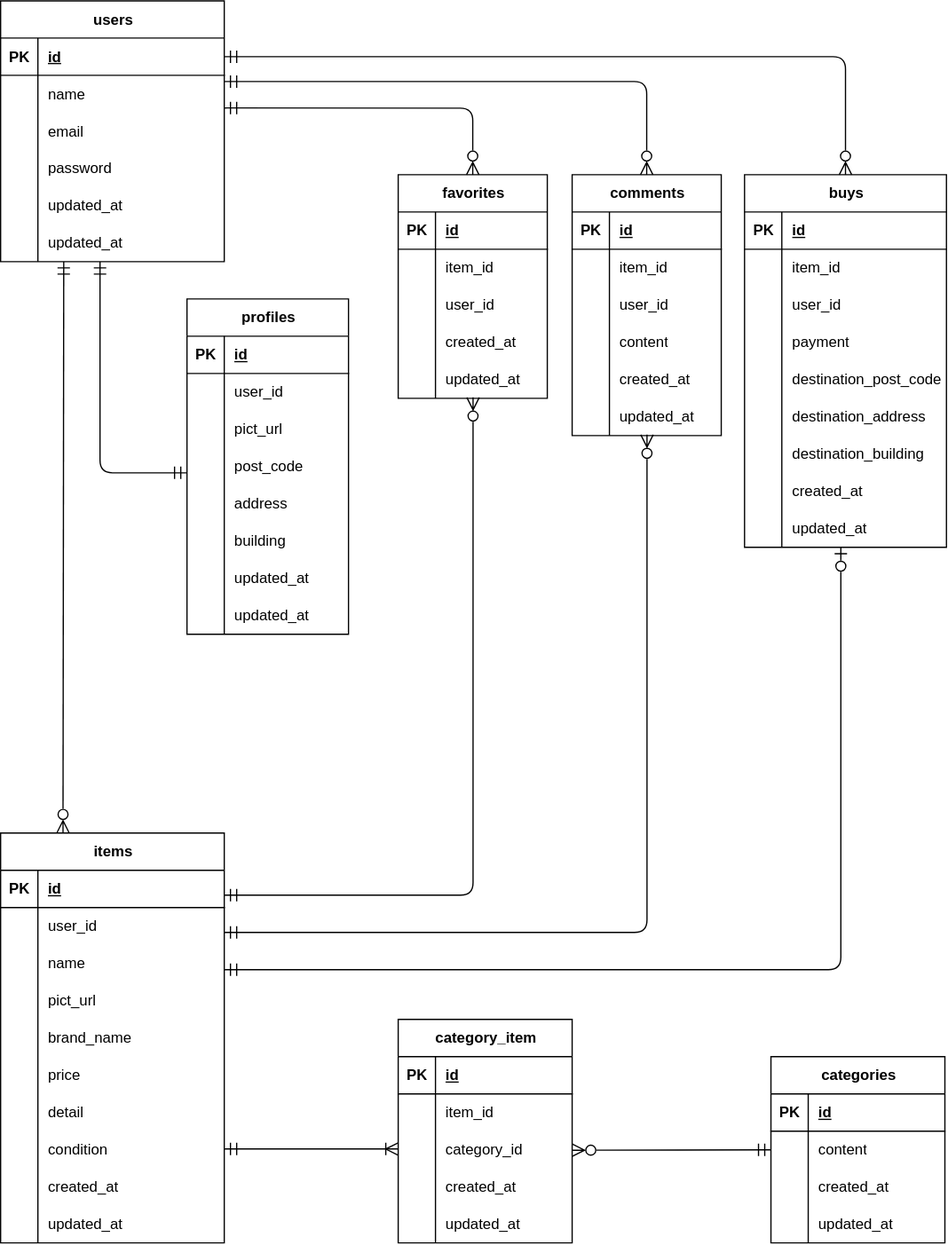
Above: src/document/furima.drawio.svg in chatainazara/furima (draw.io), before the change. Source tidied: cells renumbered, new cells last; positions are measured from the earlier drawing's top-left corner, leaving out a move shared by most shapes.
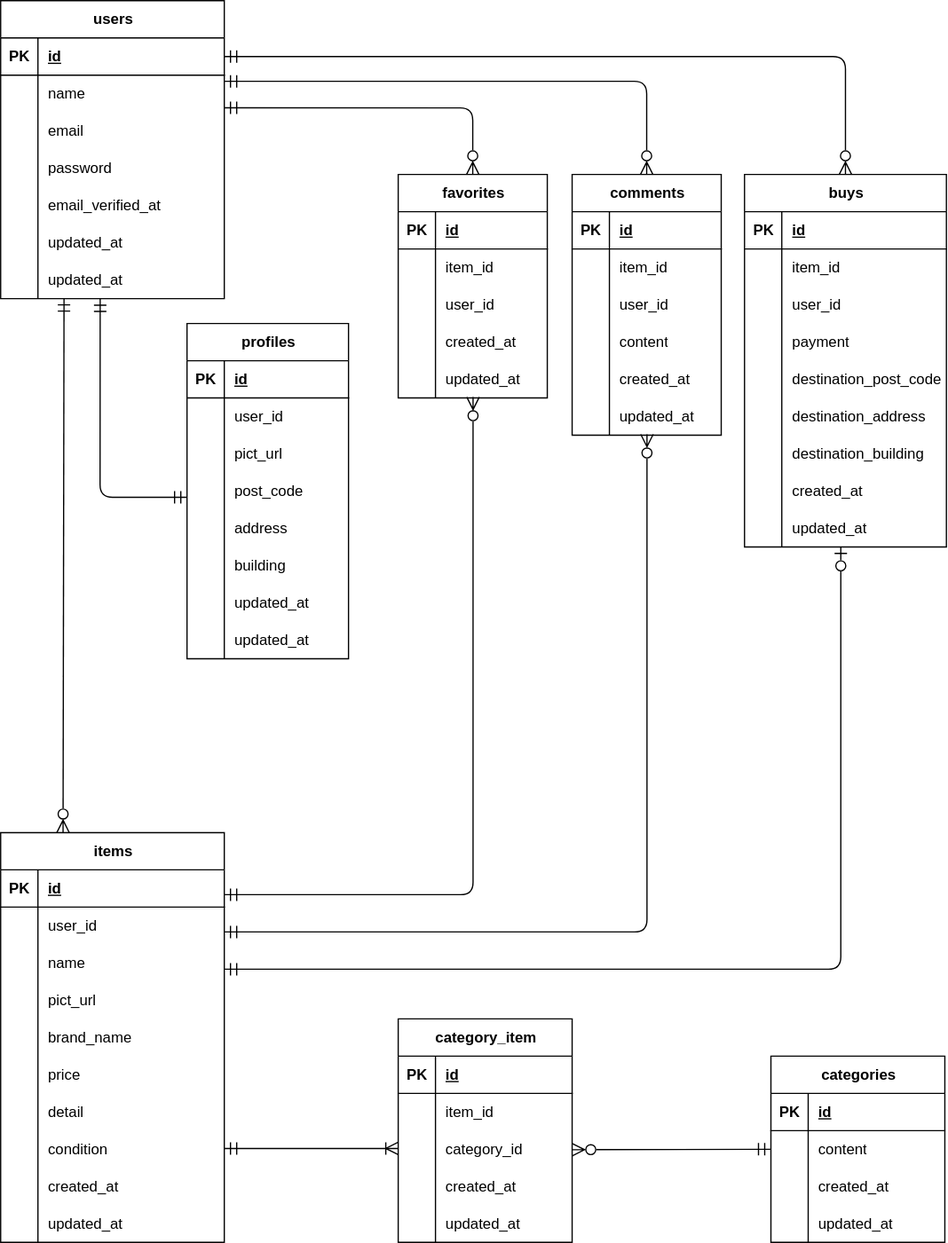
Above is the later version.

Diff of the diagram source:
```diff
@@ -135,7 +135,7 @@
       <mxGeometry x="30" width="110" height="30" as="geometry" />
     </mxCell>
     <mxCell id="46" value="users" style="shape=table;startSize=30;rowLines=0;fontStyle=1;align=center;html=1;" parent="1" vertex="1">
-      <mxGeometry width="180" height="210" as="geometry" />
+      <mxGeometry width="180" height="240" as="geometry" />
     </mxCell>
     <mxCell id="47" style="shape=tableRow;horizontal=0;startSize=0;swimlaneHead=0;swimlaneBody=0;fillColor=none;top=0;left=0;right=0;bottom=1;" parent="46" vertex="1">
       <mxGeometry y="30" width="180" height="30" as="geometry" />
@@ -179,7 +179,7 @@
     <mxCell id="60" style="shape=partialRectangle;fillColor=none;top=0;left=0;bottom=0;right=0;overflow=hidden;whiteSpace=wrap;html=1;" parent="59" vertex="1">
       <mxGeometry width="30" height="30" as="geometry" />
     </mxCell>
-    <mxCell id="61" value="updated_at" style="shape=partialRectangle;fillColor=none;top=0;left=0;bottom=0;right=0;align=left;spacingLeft=6;overflow=hidden;whiteSpace=wrap;html=1;" parent="59" vertex="1">
+    <mxCell id="61" value="email_verified_at" style="shape=partialRectangle;fillColor=none;top=0;left=0;bottom=0;right=0;align=left;spacingLeft=6;overflow=hidden;whiteSpace=wrap;html=1;" parent="59" vertex="1">
       <mxGeometry x="30" width="150" height="30" as="geometry" />
     </mxCell>
     <mxCell id="62" style="shape=tableRow;horizontal=0;startSize=0;swimlaneHead=0;swimlaneBody=0;fillColor=none;top=0;left=0;right=0;bottom=0;" parent="46" vertex="1">
@@ -191,6 +191,15 @@
     <mxCell id="64" value="updated_at" style="shape=partialRectangle;fillColor=none;top=0;left=0;bottom=0;right=0;align=left;spacingLeft=6;overflow=hidden;whiteSpace=wrap;html=1;" parent="62" vertex="1">
       <mxGeometry x="30" width="150" height="30" as="geometry" />
     </mxCell>
+    <mxCell id="179" style="shape=tableRow;horizontal=0;startSize=0;swimlaneHead=0;swimlaneBody=0;fillColor=none;points=[[0,0.5],[1,0.5]];portConstraint=eastwest;top=0;left=0;right=0;bottom=0;" parent="46" vertex="1">
+      <mxGeometry y="210" width="180" height="30" as="geometry" />
+    </mxCell>
+    <mxCell id="180" style="shape=partialRectangle;fillColor=none;top=0;left=0;bottom=0;right=0;overflow=hidden;whiteSpace=wrap;html=1;" parent="179" vertex="1">
+      <mxGeometry width="30" height="30" as="geometry" />
+    </mxCell>
+    <mxCell id="181" value="updated_at" style="shape=partialRectangle;fillColor=none;top=0;left=0;bottom=0;right=0;align=left;spacingLeft=6;overflow=hidden;whiteSpace=wrap;html=1;" parent="179" vertex="1">
+      <mxGeometry x="30" width="150" height="30" as="geometry" />
+    </mxCell>
     <mxCell id="65" value="favorites" style="shape=table;startSize=30;rowLines=0;fontStyle=1;align=center;html=1;" parent="1" vertex="1">
       <mxGeometry x="320" y="140" width="120" height="180" as="geometry" />
     </mxCell>
@@ -382,7 +391,7 @@
     </mxCell>
     <mxCell id="128" style="edgeStyle=none;jettySize=auto;html=1;endArrow=ERmandOne;startArrow=ERzeroToMany;endSize=8;startSize=8;startFill=0;endFill=0;exitX=0.279;exitY=0;exitDx=0;exitDy=0;exitPerimeter=0;" parent="1" edge="1" source="2">
       <mxGeometry relative="1" as="geometry">
-        <mxPoint x="50.8" y="210" as="targetPoint" />
+        <mxPoint x="51" y="240" as="targetPoint" />
       </mxGeometry>
     </mxCell>
     <mxCell id="129" style="edgeStyle=elbowEdgeStyle;jettySize=auto;html=1;endArrow=ERzeroToMany;startArrow=ERmandOne;endSize=8;startSize=8;startFill=0;endFill=0;elbow=vertical;entryX=0.502;entryY=0.976;entryDx=0;entryDy=0;entryPerimeter=0;" parent="1" edge="1" target="78">
@@ -493,7 +502,7 @@
       </mxGeometry>
     </mxCell>
     <mxCell id="153" value="profiles" style="shape=table;startSize=30;rowLines=0;fontStyle=1;align=center;html=1;" parent="1" vertex="1">
-      <mxGeometry x="150" y="240" width="130" height="270" as="geometry" />
+      <mxGeometry x="150" y="260" width="130" height="270" as="geometry" />
     </mxCell>
     <mxCell id="154" style="shape=tableRow;horizontal=0;startSize=0;swimlaneHead=0;swimlaneBody=0;fillColor=none;top=0;left=0;right=0;bottom=1;" parent="153" vertex="1">
       <mxGeometry y="30" width="130" height="30" as="geometry" />
@@ -567,11 +576,10 @@
     <mxCell id="177" value="updated_at" style="shape=partialRectangle;fillColor=none;top=0;left=0;bottom=0;right=0;align=left;spacingLeft=6;overflow=hidden;whiteSpace=wrap;html=1;" parent="175" vertex="1">
       <mxGeometry x="30" width="100" height="30" as="geometry" />
     </mxCell>
-    <mxCell id="178" style="edgeStyle=none;html=1;exitX=0;exitY=0.667;exitDx=0;exitDy=0;exitPerimeter=0;startArrow=ERmandOne;startFill=0;endArrow=ERmandOne;endFill=0;startSize=8;endSize=8;" parent="1" edge="1" source="163">
+    <mxCell id="178" style="edgeStyle=none;html=1;exitX=0;exitY=0.667;exitDx=0;exitDy=0;exitPerimeter=0;startArrow=ERmandOne;startFill=0;endArrow=ERmandOne;endFill=0;startSize=8;endSize=8;entryX=0.445;entryY=1.011;entryDx=0;entryDy=0;entryPerimeter=0;" parent="1" edge="1" source="163" target="179">
       <mxGeometry relative="1" as="geometry">
-        <mxPoint x="80" y="210" as="targetPoint" />
         <Array as="points">
-          <mxPoint x="80" y="380" />
+          <mxPoint x="80" y="400" />
         </Array>
       </mxGeometry>
     </mxCell>
```
